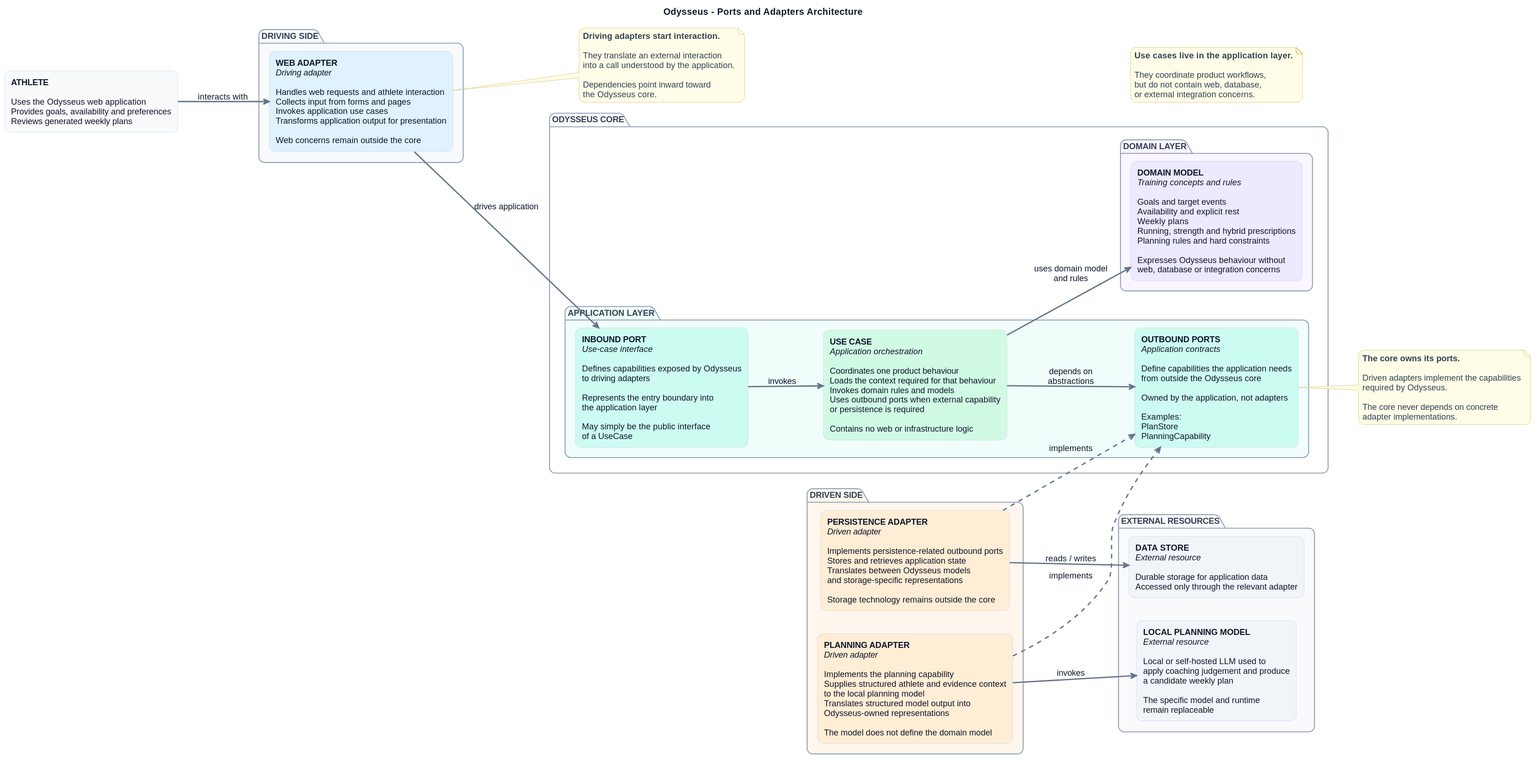
Earlier version of the PlantUML export apps/Odysseus/docs/architecture/diagrams/architecture-overview.svg (RedFrosty2/MC-portfolio).
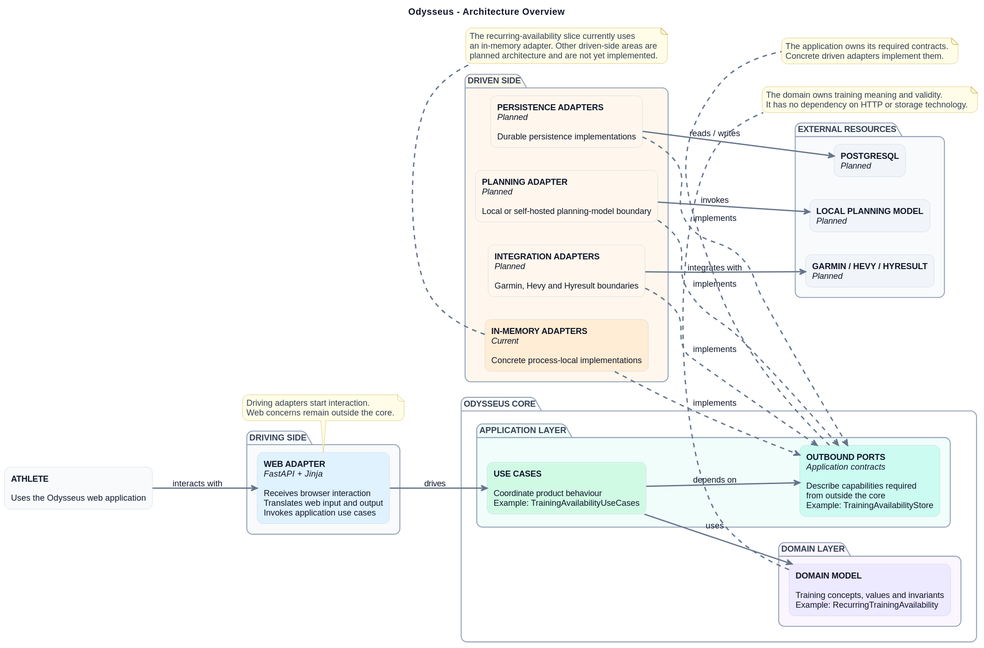
After the commit.

What changed in the source:
```diff
@@ -1,5 +1,5 @@
 @startuml
-title Odysseus - Ports and Adapters Architecture
+title Odysseus - Architecture Overview
 
 left to right direction
 hide empty description
@@ -7,10 +7,8 @@
 skinparam backgroundColor #FFFFFF
 skinparam shadowing false
 skinparam roundcorner 18
-
 skinparam ArrowColor #64748B
 skinparam ArrowThickness 2
-
 skinparam defaultFontName Arial
 skinparam defaultFontSize 13
 skinparam defaultFontColor #0F172A
@@ -33,103 +31,72 @@
 }
 
 
-rectangle "<b>ATHLETE</b>\n\nUses the Odysseus web application\nProvides goals, availability and preferences\nReviews generated weekly plans" as Athlete #F8FAFC
-
+rectangle "<b>ATHLETE</b>\n\nUses the Odysseus web application" as Athlete #F8FAFC
 
 package "DRIVING SIDE" #F8FAFC {
-
-    rectangle "<b>WEB ADAPTER</b>\n<i>Driving adapter</i>\n\nHandles web requests and athlete interaction\nCollects input from forms and pages\nInvokes application use cases\nTransforms application output for presentation\n\nWeb concerns remain outside the core" as Web #E0F2FE
+    rectangle "<b>WEB ADAPTER</b>\n<i>FastAPI + Jinja</i>\n\nReceives browser interaction\nTranslates web input and output\nInvokes application use cases" as Web #E0F2FE
 }
 
+package "ODYSSEUS CORE" #FFFFFF {
+    package "APPLICATION LAYER" #F0FDFA {
+        rectangle "<b>USE CASES</b>\n\nCoordinate product behaviour\nExample: TrainingAvailabilityUseCases" as UseCases #D1FAE5
 
-package "ODYSSEUS CORE" #FFFFFF {
-
-    package "APPLICATION LAYER" #F0FDFA {
-
-        rectangle "<b>INBOUND PORT</b>\n<i>Use-case interface</i>\n\nDefines capabilities exposed by Odysseus\nto driving adapters\n\nRepresents the entry boundary into\nthe application layer\n\nMay simply be the public interface\nof a UseCase" as Inbound #CCFBF1
-
-
-        rectangle "<b>USE CASE</b>\n<i>Application orchestration</i>\n\nCoordinates one product behaviour\nLoads the context required for that behaviour\nInvokes domain rules and models\nUses outbound ports when external capability\nor persistence is required\n\nContains no web or infrastructure logic" as UseCase #D1FAE5
-
-
-        rectangle "<b>OUTBOUND PORTS</b>\n<i>Application contracts</i>\n\nDefine capabilities the application needs\nfrom outside the Odysseus core\n\nOwned by the application, not adapters\n\nExamples:\nPlanStore\nPlanningCapability" as Outbound #CCFBF1
+        rectangle "<b>OUTBOUND PORTS</b>\n<i>Application contracts</i>\n\nDescribe capabilities required\nfrom outside the core\nExample: TrainingAvailabilityStore" as Ports #CCFBF1
     }
 
-
     package "DOMAIN LAYER" #FAF5FF {
-
-        rectangle "<b>DOMAIN MODEL</b>\n<i>Training concepts and rules</i>\n\nGoals and target events\nAvailability and explicit rest\nWeekly plans\nRunning, strength and hybrid prescriptions\nPlanning rules and hard constraints\n\nExpresses Odysseus behaviour without\nweb, database or integration concerns" as Domain #EDE9FE
+        rectangle "<b>DOMAIN MODEL</b>\n\nTraining concepts, values and invariants\nExample: RecurringTrainingAvailability" as Domain #EDE9FE
     }
 }
 
+package "DRIVEN SIDE" #FFF7ED {
+    rectangle "<b>IN-MEMORY ADAPTERS</b>\n<i>Current</i>\n\nConcrete process-local implementations" as MemoryAdapters #FFEDD5
 
-package "DRIVEN SIDE" #FFF7ED {
+    rectangle "<b>PERSISTENCE ADAPTERS</b>\n<i>Planned</i>\n\nDurable persistence implementations" as PersistenceAdapters #FFF7ED
 
-    rectangle "<b>PERSISTENCE ADAPTER</b>\n<i>Driven adapter</i>\n\nImplements persistence-related outbound ports\nStores and retrieves application state\nTranslates between Odysseus models\nand storage-specific representations\n\nStorage technology remains outside the core" as Persistence #FFEDD5
+    rectangle "<b>PLANNING ADAPTER</b>\n<i>Planned</i>\n\nLocal or self-hosted planning-model boundary" as PlanningAdapter #FFF7ED
 
-
-    rectangle "<b>PLANNING ADAPTER</b>\n<i>Driven adapter</i>\n\nImplements the planning capability\nSupplies structured athlete and evidence context\nto the local planning model\nTranslates structured model output into\nOdysseus-owned representations\n\nThe model does not define the domain model" as Planner #FFEDD5
+    rectangle "<b>INTEGRATION ADAPTERS</b>\n<i>Planned</i>\n\nGarmin, Hevy and Hyresult boundaries" as IntegrationAdapters #FFF7ED
 }
 
-
 package "EXTERNAL RESOURCES" #F8FAFC {
-
-    rectangle "<b>DATA STORE</b>\n<i>External resource</i>\n\nDurable storage for application data\nAccessed only through the relevant adapter" as Store #F1F5F9
-
-
-    rectangle "<b>LOCAL PLANNING MODEL</b>\n<i>External resource</i>\n\nLocal or self-hosted LLM used to\napply coaching judgement and produce\na candidate weekly plan\n\nThe specific model and runtime\nremain replaceable" as Runtime #F1F5F9
+    rectangle "<b>POSTGRESQL</b>\n<i>Planned</i>" as Postgres #F1F5F9
+    rectangle "<b>LOCAL PLANNING MODEL</b>\n<i>Planned</i>" as LocalModel #F1F5F9
+    rectangle "<b>GARMIN / HEVY / HYRESULT</b>\n<i>Planned</i>" as ExternalSystems #F1F5F9
 }
 
+Athlete --> Web : interacts with
+Web --> UseCases : drives
+UseCases --> Domain : uses
+UseCases --> Ports : depends on
 
-Athlete --> Web : interacts with
+MemoryAdapters ..> Ports : implements
+PersistenceAdapters ..> Ports : implements
+PlanningAdapter ..> Ports : implements
+IntegrationAdapters ..> Ports : implements
 
-Web --> Inbound : drives application
+PersistenceAdapters --> Postgres : reads / writes
+PlanningAdapter --> LocalModel : invokes
+IntegrationAdapters --> ExternalSystems : integrates with
 
-Inbound --> UseCase : invokes
-
-UseCase --> Domain : uses domain model\nand rules
-
-UseCase --> Outbound : depends on\nabstractions
-
-Persistence ..> Outbound : implements
-Planner ..> Outbound : implements
-
-Persistence --> Store : reads / writes
-Planner --> Runtime : invokes
-
-
-note as DrivingNote
-<b>Driving adapters start interaction.</b>
-
-They translate an external interaction
-into a call understood by the application.
-
-Dependencies point inward toward
-the Odysseus core.
+note bottom of Web
+Driving adapters start interaction.
+Web concerns remain outside the core.
 end note
 
-
-note as UseCaseNote
-<b>Use cases live in the application layer.</b>
-
-They coordinate product workflows,
-but do not contain web, database,
-or external integration concerns.
+note bottom of Ports
+The application owns its required contracts.
+Concrete driven adapters implement them.
 end note
 
-
-note as PortNote
-<b>The core owns its ports.</b>
-
-Driven adapters implement the capabilities
-required by Odysseus.
-
-The core never depends on concrete
-adapter implementations.
+note bottom of Domain
+The domain owns training meaning and validity.
+It has no dependency on HTTP or storage technology.
 end note
 
-
-Web -[hidden]down-> DrivingNote
-UseCase -[hidden]down-> UseCaseNote
-Outbound -[hidden]down-> PortNote
+note bottom of MemoryAdapters
+The recurring-availability slice currently uses
+an in-memory adapter. Other driven-side areas are
+planned architecture and are not yet implemented.
+end note
 @enduml
```
